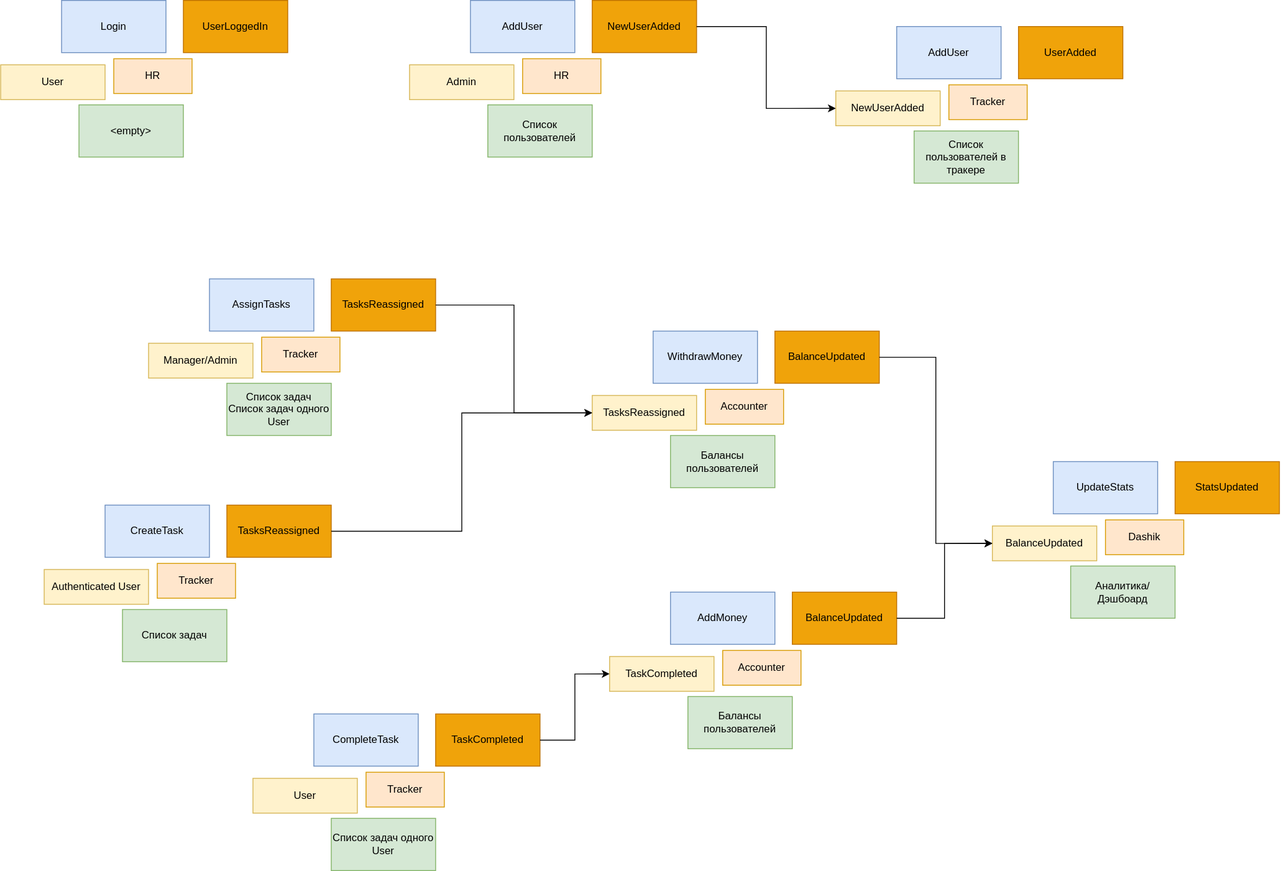
This is homework_1_event_storming.drawio.svg from runiner/gupop_tracker, a draw.io export, as it was before one commit. Source tidied: cells renumbered, new cells last; positions are measured from the earlier drawing's top-left corner, leaving out a move shared by most shapes.
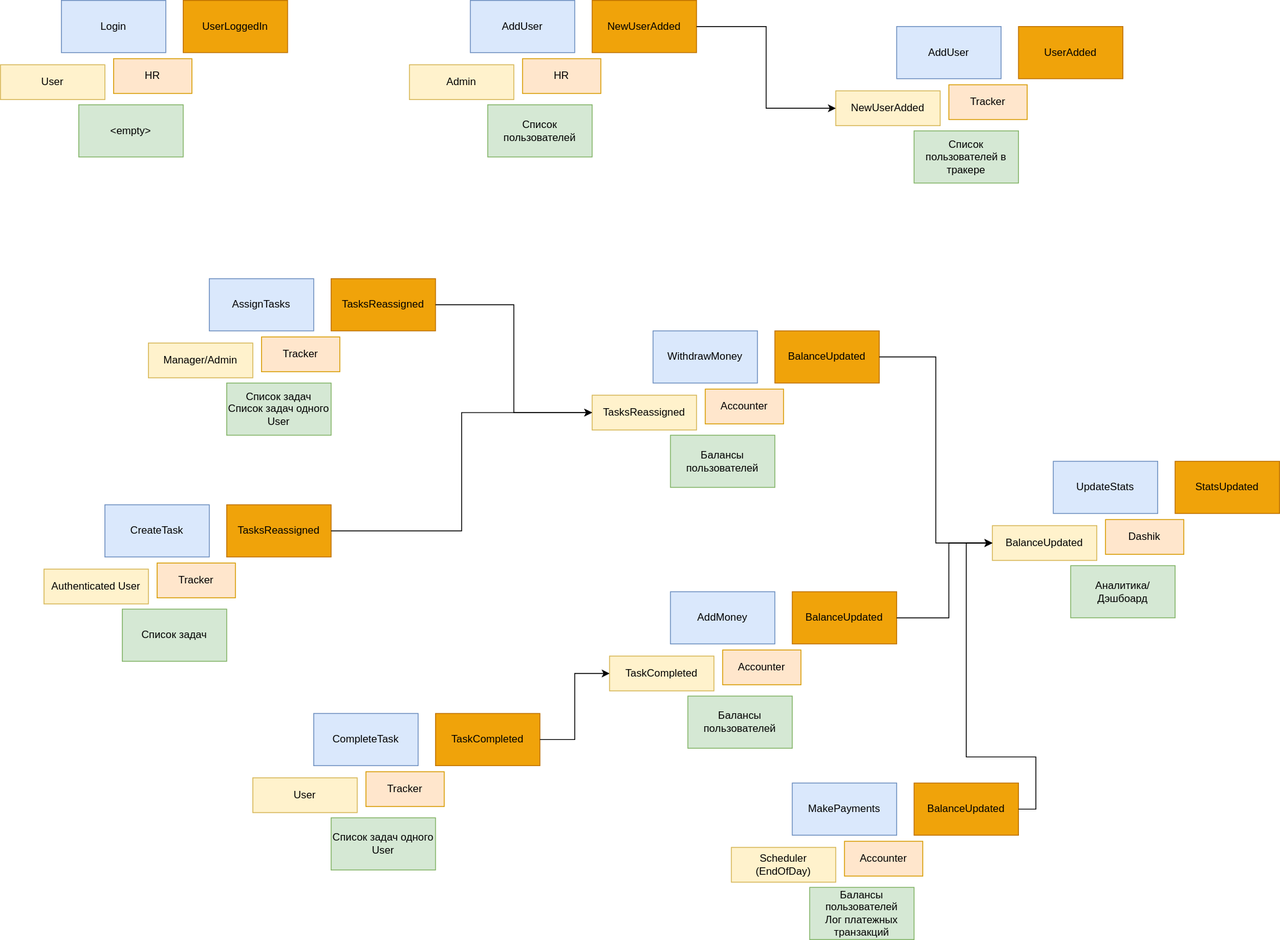
After the change.

Commit message:
Add EndOfDay payments from balance

What changed in the source:
```diff
@@ -180,7 +180,40 @@
       <mxGeometry relative="1" as="geometry" />
     </mxCell>
     <mxCell id="61" style="edgeStyle=orthogonalEdgeStyle;rounded=0;jettySize=auto;html=1;entryX=0;entryY=0.5;entryDx=0;entryDy=0;" parent="1" edge="1" source="42" target="55">
-      <mxGeometry relative="1" as="geometry" />
+      <mxGeometry relative="1" as="geometry">
+        <Array as="points">
+          <mxPoint x="1090" y="710" />
+          <mxPoint x="1090" y="624" />
+        </Array>
+      </mxGeometry>
     </mxCell>
+    <mxCell id="62" style="group;" parent="1" vertex="1">
+      <mxGeometry x="840" y="900" width="330" height="180" as="geometry" />
+    </mxCell>
+    <mxCell id="63" value="Scheduler (EndOfDay)" style="rounded=0;whiteSpace=wrap;html=1;fillColor=#fff2cc;strokeColor=#d6b656;" parent="62" vertex="1">
+      <mxGeometry y="74" width="120" height="40" as="geometry" />
+    </mxCell>
+    <mxCell id="64" value="MakePayments" style="rounded=0;whiteSpace=wrap;html=1;fillColor=#dae8fc;strokeColor=#6c8ebf;" parent="62" vertex="1">
+      <mxGeometry x="70" width="120" height="60" as="geometry" />
+    </mxCell>
+    <mxCell id="65" value="BalanceUpdated" style="rounded=0;whiteSpace=wrap;html=1;fillColor=#f0a30a;strokeColor=#BD7000;fontColor=#000000;" parent="62" vertex="1">
+      <mxGeometry x="210" width="120" height="60" as="geometry" />
+    </mxCell>
+    <mxCell id="66" value="Балансы пользователей&lt;br&gt;Лог платежных транзакций" style="rounded=0;whiteSpace=wrap;html=1;fillColor=#d5e8d4;strokeColor=#82b366;" parent="62" vertex="1">
+      <mxGeometry x="90" y="120" width="120" height="60" as="geometry" />
+    </mxCell>
+    <mxCell id="67" value="Accounter" style="rounded=0;whiteSpace=wrap;html=1;fillColor=#ffe6cc;strokeColor=#d79b00;" parent="62" vertex="1">
+      <mxGeometry x="130" y="67" width="90" height="40" as="geometry" />
+    </mxCell>
+    <mxCell id="68" style="edgeStyle=orthogonalEdgeStyle;rounded=0;jettySize=auto;html=1;exitX=1;exitY=0.5;exitDx=0;exitDy=0;entryX=0;entryY=0.5;entryDx=0;entryDy=0;" parent="1" edge="1" source="65" target="55">
+      <mxGeometry relative="1" as="geometry">
+        <Array as="points">
+          <mxPoint x="1190" y="930" />
+          <mxPoint x="1190" y="870" />
+          <mxPoint x="1110" y="870" />
+          <mxPoint x="1110" y="624" />
+        </Array>
+      </mxGeometry>
+    </mxCell>
   </root>
 </mxGraphModel>
```
